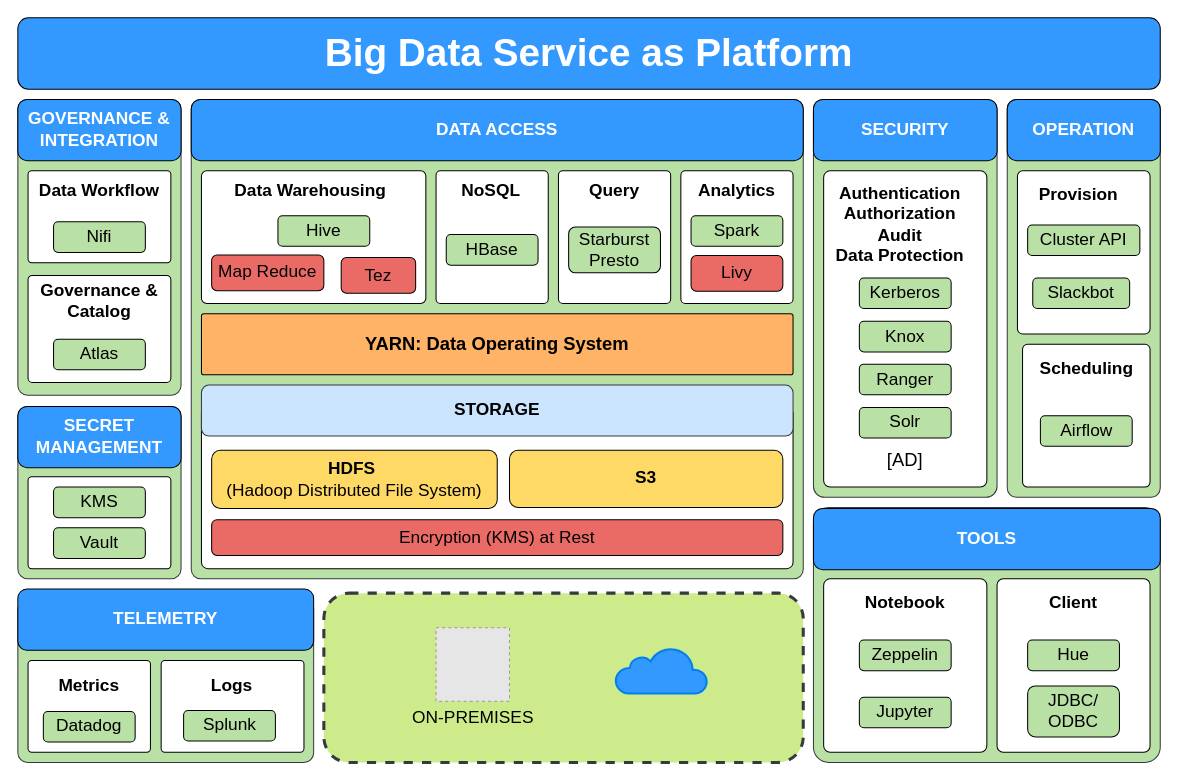
The draw.io diagram bigdata-architecture.drawio in iphysresearch/drawio, before the edit. Source tidied: cells renumbered, new cells numbered last; positions are measured from the earlier drawing's top-left corner, leaving out a move shared by most shapes. Both pictures are drawn from the tidied source at 102%, with x=0, y=0 at pixel (17, 17). Pictures stored in the file or linked from it are replaced by grey dashed boxes.
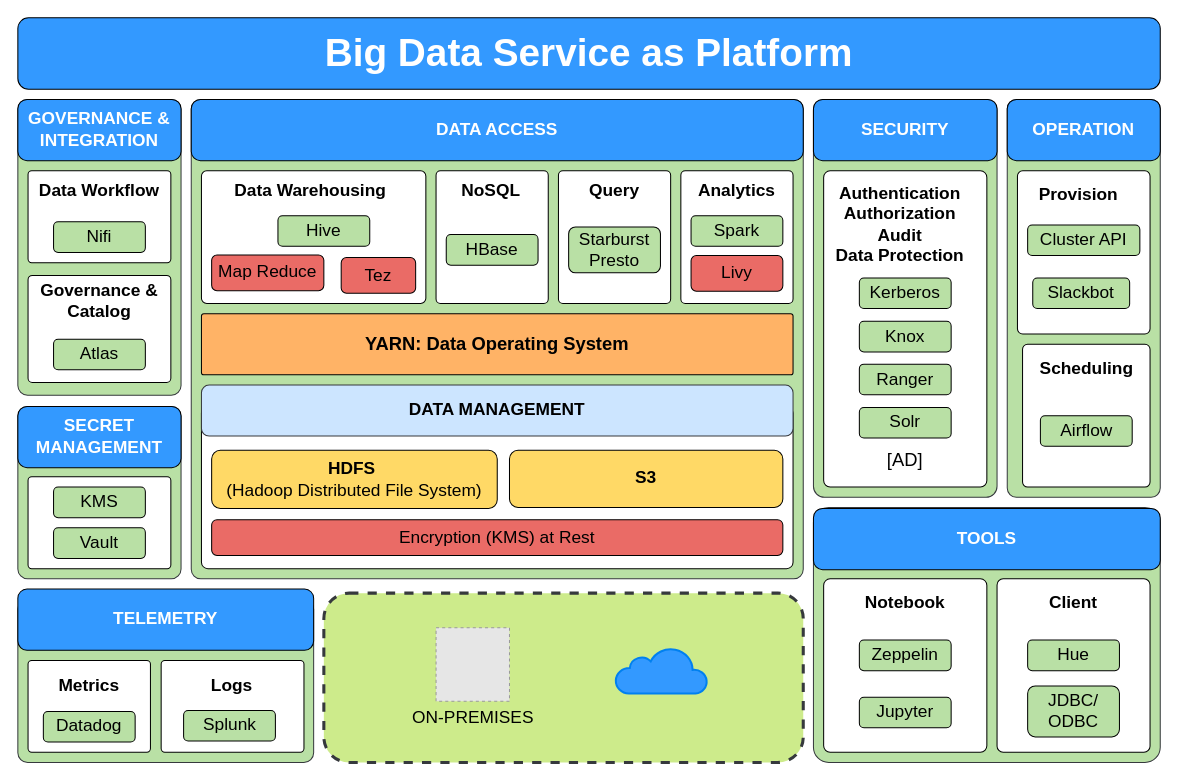
The same page after the edit.

The edit, as a diff of the source:
```diff
@@
-    <mxCell id="38" value="STORAGE" style="rounded=1;whiteSpace=wrap;html=1;labelBackgroundColor=none;fillColor=#cce5ff;fontSize=17;fontStyle=1;strokeColor=#36393d;" parent="1" vertex="1">
+    <mxCell id="38" value="DATA MANAGEMENT" style="rounded=1;whiteSpace=wrap;html=1;labelBackgroundColor=none;fillColor=#cce5ff;fontSize=17;fontStyle=1;strokeColor=#36393d;" parent="1" vertex="1">
       <mxGeometry x="180" y="360" width="580" height="50" as="geometry" />
     </mxCell>
```
